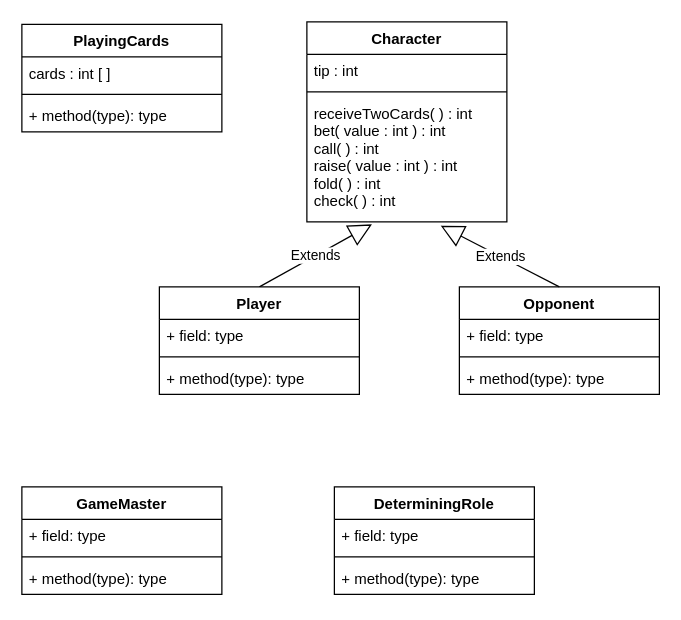
The draw.io diagram app/src/main/java/jp/ac/uryukyu/ie/e245757/blueprint.drawio in NakayamaHaruto/report6, before the edit. Source tidied: cells renumbered, new cells numbered last; positions are measured from the earlier drawing's top-left corner, leaving out a move shared by most shapes. Both pictures are drawn from the tidied source at 125%, with x=0, y=0 at pixel (21, 21).
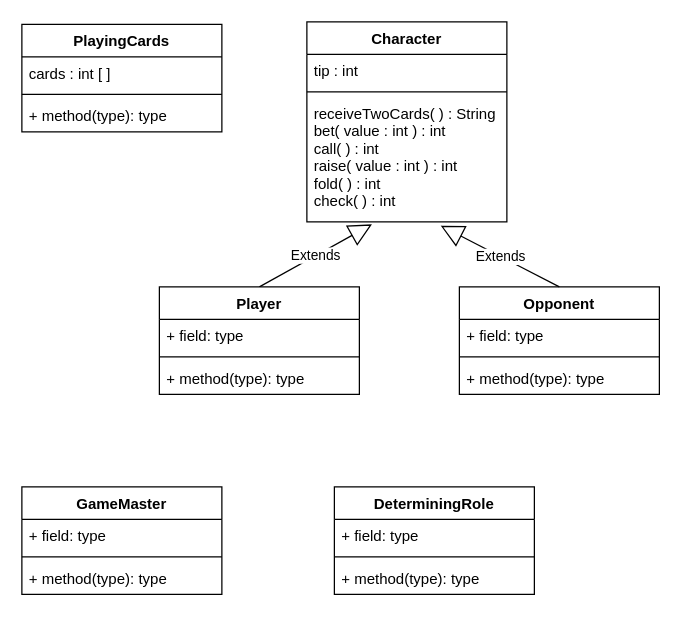
After the change.

Unchanged cells that the change refers to:
```xml
<mxCell id="6" value="Character" style="swimlane;fontStyle=1;align=center;verticalAlign=top;horizontal=1;startSize=26;" parent="1" vertex="1">
  <mxGeometry x="228" width="160" height="160" as="geometry" />
</mxCell>
```

The edit, as a diff of the source:
```diff
@@
-    <mxCell id="9" value="receiveTwoCards( ) : int&#10;bet( value : int ) : int&#10;call( ) : int&#10;raise( value : int ) : int&#10;fold( ) : int&#10;check( ) : int&#10;" style="text;strokeColor=none;fillColor=none;align=left;verticalAlign=top;spacingLeft=4;spacingRight=4;overflow=hidden;points=[[0,0.5],[1,0.5]];portConstraint=eastwest;" parent="6" vertex="1">
+    <mxCell id="9" value="receiveTwoCards( ) : String&#10;bet( value : int ) : int&#10;call( ) : int&#10;raise( value : int ) : int&#10;fold( ) : int&#10;check( ) : int&#10;" style="text;strokeColor=none;fillColor=none;align=left;verticalAlign=top;spacingLeft=4;spacingRight=4;overflow=hidden;points=[[0,0.5],[1,0.5]];portConstraint=eastwest;" parent="6" vertex="1">
       <mxGeometry y="60" width="160" height="100" as="geometry" />
     </mxCell>
```
